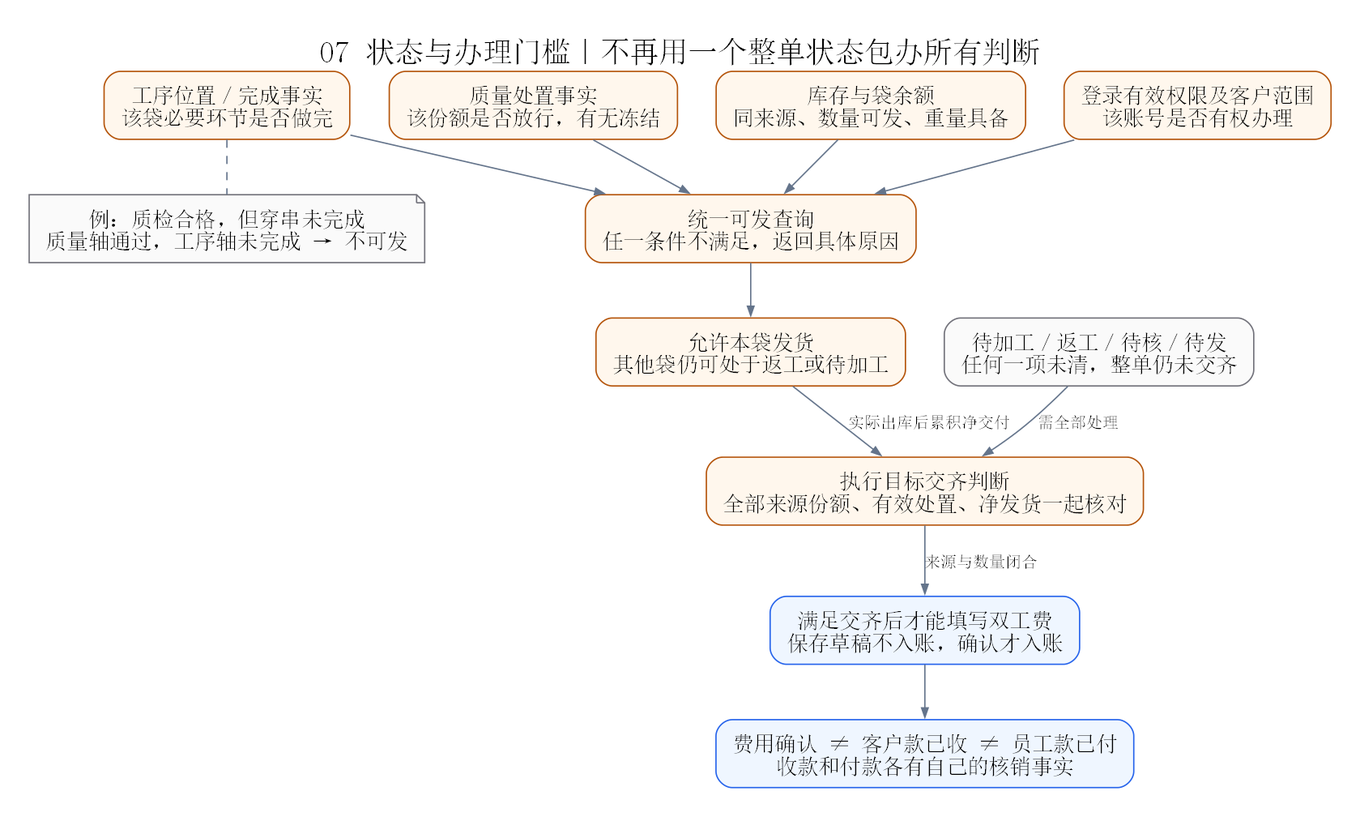
Earlier version of the Graphviz export docs/diagrams/system-review/07-status-gates.png (sxliuchen-hash/zhubao-ERP). Its source is kept beside it as docs/diagrams/system-review/07-status-gates.dot. Its diagram source:
```dot
digraph G {
  graph [fontname="SimSun",fontsize=22,label="07 状态与办理门槛｜不再用一个整单状态包办所有判断",labelloc=t,rankdir=TB,bgcolor="white",pad="0.3",nodesep="0.4",ranksep="0.55"];
  node [fontname="SimSun",fontsize=16,shape=box,style="rounded,filled",color="#b45309",fillcolor="#fff7ed",margin="0.17,0.12"];
  edge [fontname="SimSun",fontsize=12,color="#64748b",arrowsize=0.7];
  process [label="工序位置／完成事实\n该袋必要环节是否做完"];
  quality [label="质量处置事实\n该份额是否放行，有无冻结"];
  physical [label="库存与袋余额\n同来源、数量可发、重量具备"];
  authorization [label="登录有效权限及客户范围\n该账号是否有权办理"];
  query [label="统一可发查询\n任一条件不满足，返回具体原因"];
  ship [label="允许本袋发货\n其他袋仍可处于返工或待加工"];
  process -> query; quality -> query; physical -> query; authorization -> query; query -> ship;
  example [shape=note,label="例：质检合格，但穿串未完成\n质量轴通过，工序轴未完成 → 不可发",color="#71717a",fillcolor="#fafafa"];
  process -> example [style=dashed,arrowhead=none];
  all [label="执行目标交齐判断\n全部来源份额、有效处置、净发货一起核对"];
  unresolved [label="待加工／返工／待核／待发\n任何一项未清，整单仍未交齐",color="#71717a",fillcolor="#fafafa"];
  fee [label="满足交齐后才能填写双工费\n保存草稿不入账，确认才入账",color="#2563eb",fillcolor="#eff6ff"];
  settlement [label="费用确认 ≠ 客户款已收 ≠ 员工款已付\n收款和付款各有自己的核销事实",color="#2563eb",fillcolor="#eff6ff"];
  ship -> all [label="实际出库后累积净交付"];
  unresolved -> all [label="需全部处理"];
  all -> fee [label="来源与数量闭合"];
  fee -> settlement;
}
```
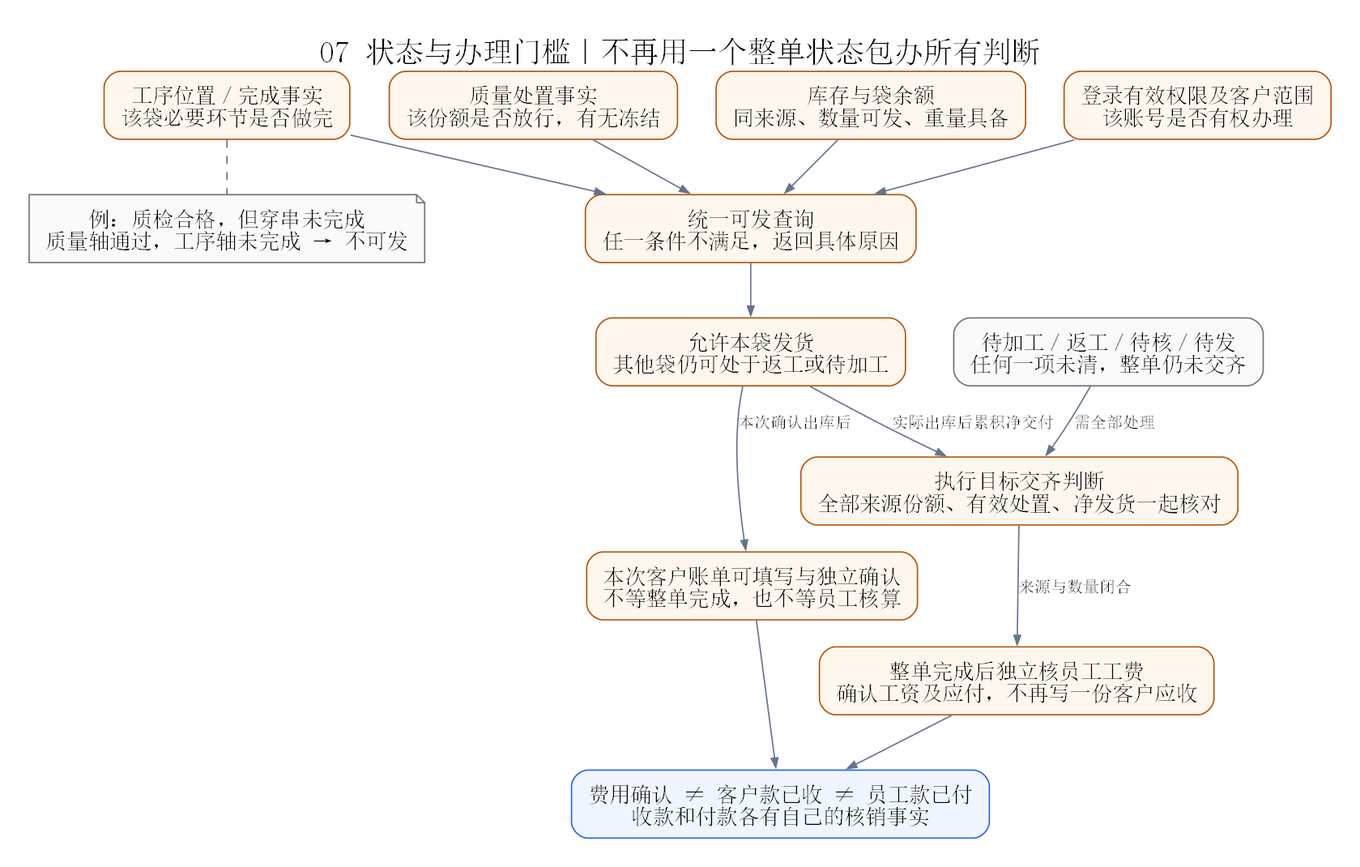
Above is the later version.

What changed in the source:
```diff
@@ -13,10 +13,13 @@
   process -> example [style=dashed,arrowhead=none];
   all [label="执行目标交齐判断\n全部来源份额、有效处置、净发货一起核对"];
   unresolved [label="待加工／返工／待核／待发\n任何一项未清，整单仍未交齐",color="#71717a",fillcolor="#fafafa"];
-  fee [label="满足交齐后才能填写双工费\n保存草稿不入账，确认才入账",color="#2563eb",fillcolor="#eff6ff"];
+  customerbill [label="本次客户账单可填写与独立确认\n不等整单完成，也不等员工核算"];
+  fee [label="整单完成后独立核员工工费\n确认工资及应付，不再写一份客户应收"];
   settlement [label="费用确认 ≠ 客户款已收 ≠ 员工款已付\n收款和付款各有自己的核销事实",color="#2563eb",fillcolor="#eff6ff"];
   ship -> all [label="实际出库后累积净交付"];
+  ship -> customerbill [label="本次确认出库后"];
   unresolved -> all [label="需全部处理"];
   all -> fee [label="来源与数量闭合"];
   fee -> settlement;
+  customerbill -> settlement;
 }
```
